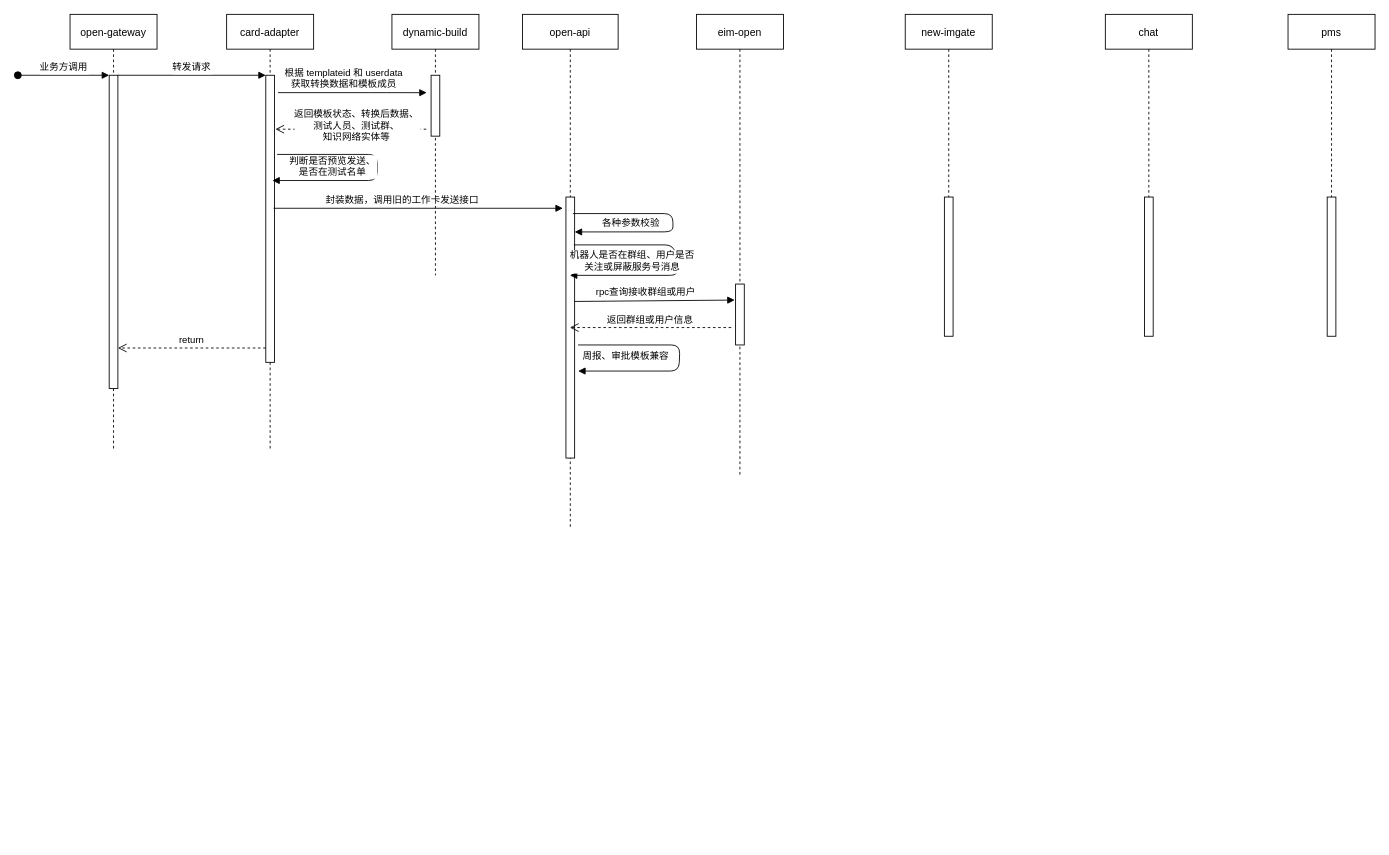
leaderyangzi/12306 keeps this draw.io diagram as 未命名绘图.drawio. Above is the earlier version. Source tidied: cells renumbered, new cells numbered last; positions are measured from the earlier drawing's top-left corner, leaving out a move shared by most shapes. Both pictures are drawn from the tidied source at 87%, with x=0, y=0 at pixel (17, 14).
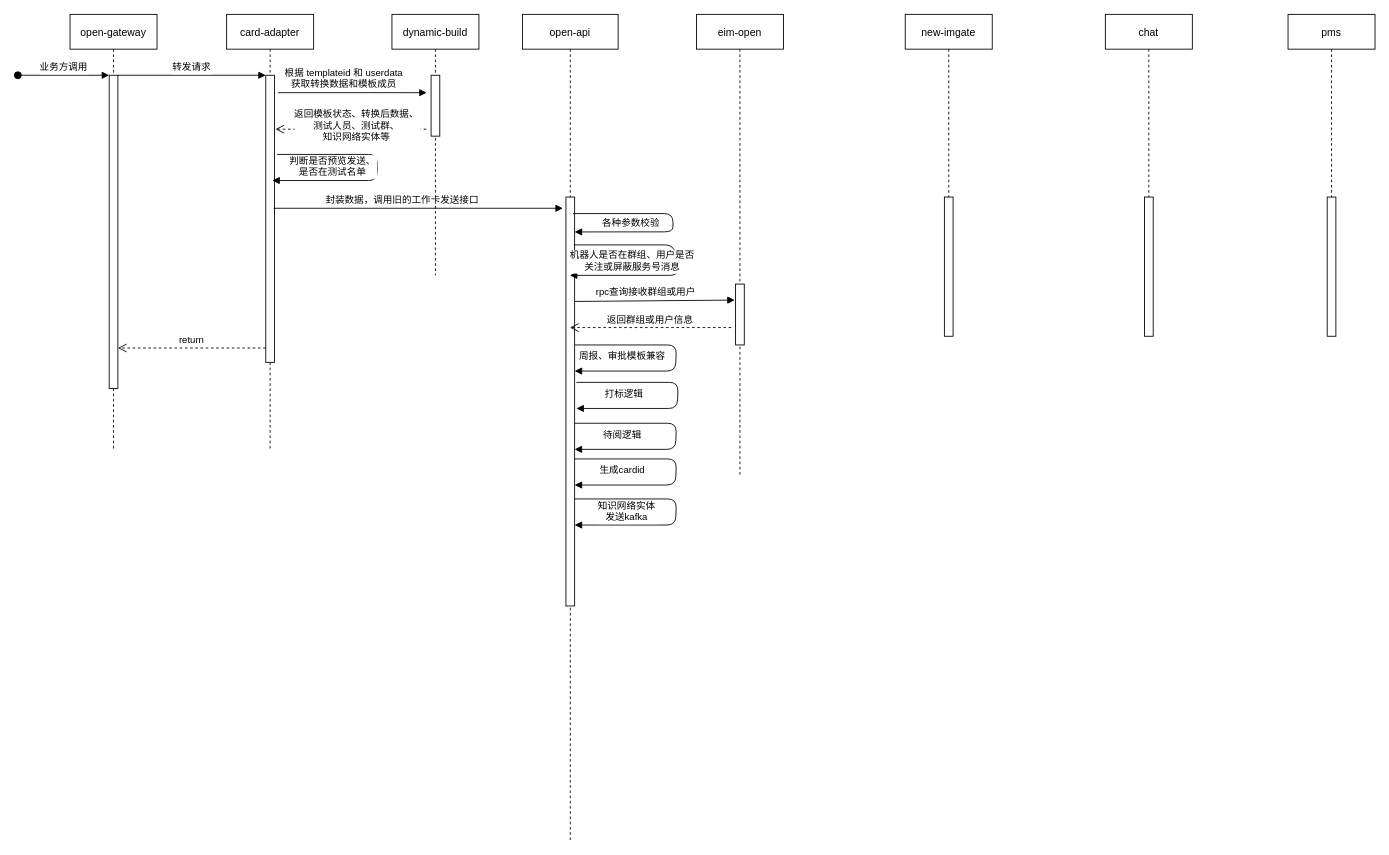
After the change.

Commit message:
更新未命名绘图.drawio

What changed in the source:
```diff
@@
     <mxCell id="14" value="open-api" style="shape=umlLifeline;perimeter=lifelinePerimeter;rounded=0;shadow=0;strokeWidth=1;" parent="1" vertex="1">
-      <mxGeometry x="580" width="110" height="590" as="geometry" />
+      <mxGeometry x="580" width="110" height="950" as="geometry" />
     </mxCell>
     <mxCell id="15" style="perimeter=orthogonalPerimeter;rounded=0;shadow=0;strokeWidth=1;" parent="14" vertex="1">
-      <mxGeometry x="50" y="210" width="10" height="300" as="geometry" />
+      <mxGeometry x="50" y="210" width="10" height="470" as="geometry" />
     </mxCell>
@@
     <mxCell id="17" value="周报、审批模板兼容" style="verticalAlign=bottom;endArrow=block;shadow=0;strokeWidth=1;" parent="14" edge="1">
       <mxGeometry x="0.58" y="-8" relative="1" as="geometry">
-        <mxPoint x="64" y="380" as="sourcePoint" />
-        <mxPoint x="64" y="410" as="targetPoint" />
+        <mxPoint x="60" y="380" as="sourcePoint" />
+        <mxPoint x="60" y="410" as="targetPoint" />
         <Array as="points">
-          <mxPoint x="181" y="380" />
-          <mxPoint x="180" y="410" />
+          <mxPoint x="177" y="380" />
+          <mxPoint x="176" y="410" />
         </Array>
       </mxGeometry>
     </mxCell>
@@
+    <mxCell id="30" value="生成cardid" style="verticalAlign=bottom;endArrow=block;shadow=0;strokeWidth=1;" parent="1" edge="1">
+      <mxGeometry x="0.58" y="-8" relative="1" as="geometry">
+        <mxPoint x="640" y="511" as="sourcePoint" />
+        <mxPoint x="640" y="541" as="targetPoint" />
+        <Array as="points">
+          <mxPoint x="757" y="511" />
+          <mxPoint x="756" y="541" />
+        </Array>
+      </mxGeometry>
+    </mxCell>
+    <mxCell id="31" value="知识网络实体&#10;发送kafka" style="verticalAlign=bottom;endArrow=block;shadow=0;strokeWidth=1;" parent="1" edge="1">
+      <mxGeometry x="0.54" relative="1" as="geometry">
+        <mxPoint x="640" y="557" as="sourcePoint" />
+        <mxPoint x="640" y="587" as="targetPoint" />
+        <Array as="points">
+          <mxPoint x="757" y="557" />
+          <mxPoint x="756" y="587" />
+        </Array>
+      </mxGeometry>
+    </mxCell>
+    <mxCell id="32" value="打标逻辑" style="verticalAlign=bottom;endArrow=block;shadow=0;strokeWidth=1;" parent="1" edge="1">
+      <mxGeometry x="0.58" y="-8" relative="1" as="geometry">
+        <mxPoint x="642" y="423" as="sourcePoint" />
+        <mxPoint x="642" y="453" as="targetPoint" />
+        <Array as="points">
+          <mxPoint x="759" y="423" />
+          <mxPoint x="758" y="453" />
+        </Array>
+      </mxGeometry>
+    </mxCell>
+    <mxCell id="33" value="待阅逻辑" style="verticalAlign=bottom;endArrow=block;shadow=0;strokeWidth=1;" parent="1" edge="1">
+      <mxGeometry x="0.58" y="-8" relative="1" as="geometry">
+        <mxPoint x="640" y="470" as="sourcePoint" />
+        <mxPoint x="640" y="500" as="targetPoint" />
+        <Array as="points">
+          <mxPoint x="757" y="470" />
+          <mxPoint x="756" y="500" />
+        </Array>
+      </mxGeometry>
+    </mxCell>
```
